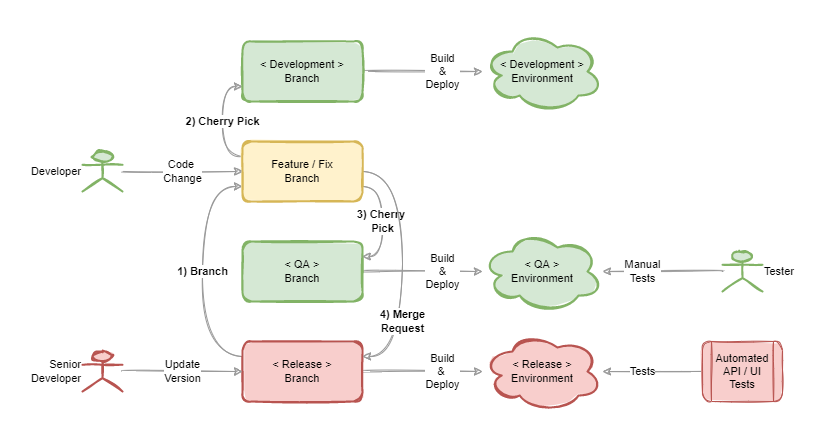
Earlier version of the draw.io export gitlab-flow-04-hotfix-flow.drawio.png (andylke/docs-gitlab-flow). Source tidied: cells renumbered, new cells last; positions are measured from the earlier drawing's top-left corner, leaving out a move shared by most shapes.
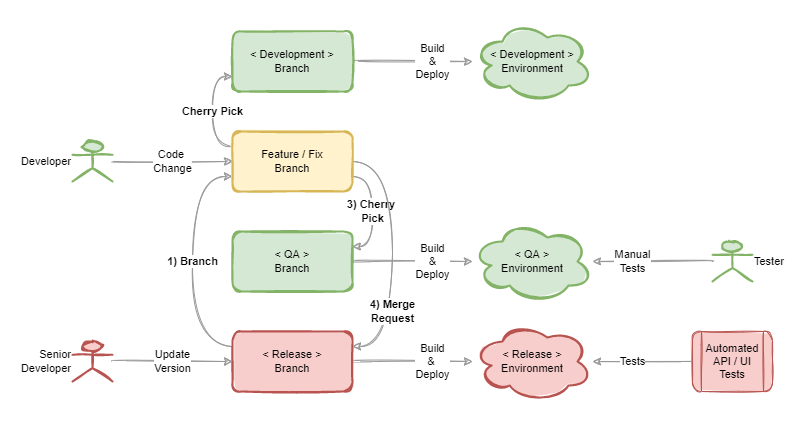
The same diagram one commit later.

What changed in the source:
```diff
@@ -22,7 +22,7 @@
     <mxCell id="6" value="&amp;lt; QA &amp;gt;&lt;br style=&quot;font-size: 11px;&quot;&gt;Branch" style="rounded=1;whiteSpace=wrap;html=1;sketch=1;fontSize=11;strokeColor=#82b366;strokeWidth=2;fillColor=#d5e8d4;fillStyle=solid;" parent="1" vertex="1">
       <mxGeometry x="160" y="210" width="120" height="60" as="geometry" />
     </mxCell>
-    <mxCell id="7" value="2) Cherry Pick" style="edgeStyle=orthogonalEdgeStyle;sketch=1;jettySize=auto;html=1;exitX=0;exitY=0.25;exitDx=0;exitDy=0;entryX=0;entryY=0.75;entryDx=0;entryDy=0;strokeColor=#999999;curved=1;fontSize=11;fontStyle=1;" parent="1" edge="1" source="10" target="12">
+    <mxCell id="7" value="Cherry Pick" style="edgeStyle=orthogonalEdgeStyle;sketch=1;jettySize=auto;html=1;exitX=0;exitY=0.25;exitDx=0;exitDy=0;entryX=0;entryY=0.75;entryDx=0;entryDy=0;strokeColor=#999999;curved=1;fontSize=11;fontStyle=1;" parent="1" edge="1" source="10" target="12">
       <mxGeometry relative="1" as="geometry" />
     </mxCell>
     <mxCell id="8" value="3) Cherry &lt;br&gt;Pick" style="edgeStyle=orthogonalEdgeStyle;curved=1;sketch=1;jettySize=auto;html=1;exitX=1;exitY=0.75;exitDx=0;exitDy=0;entryX=1;entryY=0.25;entryDx=0;entryDy=0;fontSize=11;strokeColor=#999999;fontStyle=1;" parent="1" edge="1" source="10" target="6">
```
